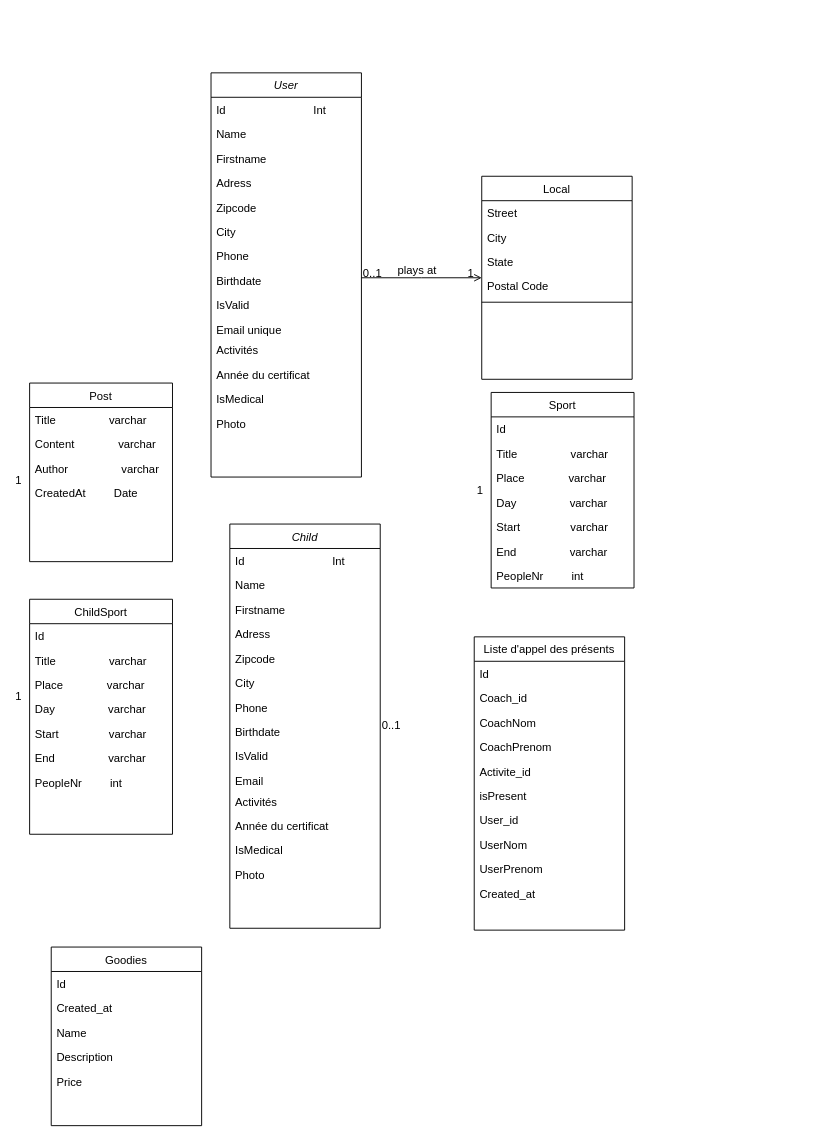
This is asdec/Diagramme de classe bon.drawio from cyrisa02/diagrammes-UML, a draw.io file, before an edit. Source tidied: cells renumbered, new cells numbered last; positions are measured from the earlier drawing's top-left corner, leaving out a move shared by most shapes. Both pictures are drawn from the tidied source at 94%, with x=0, y=0 at pixel (23, 72).
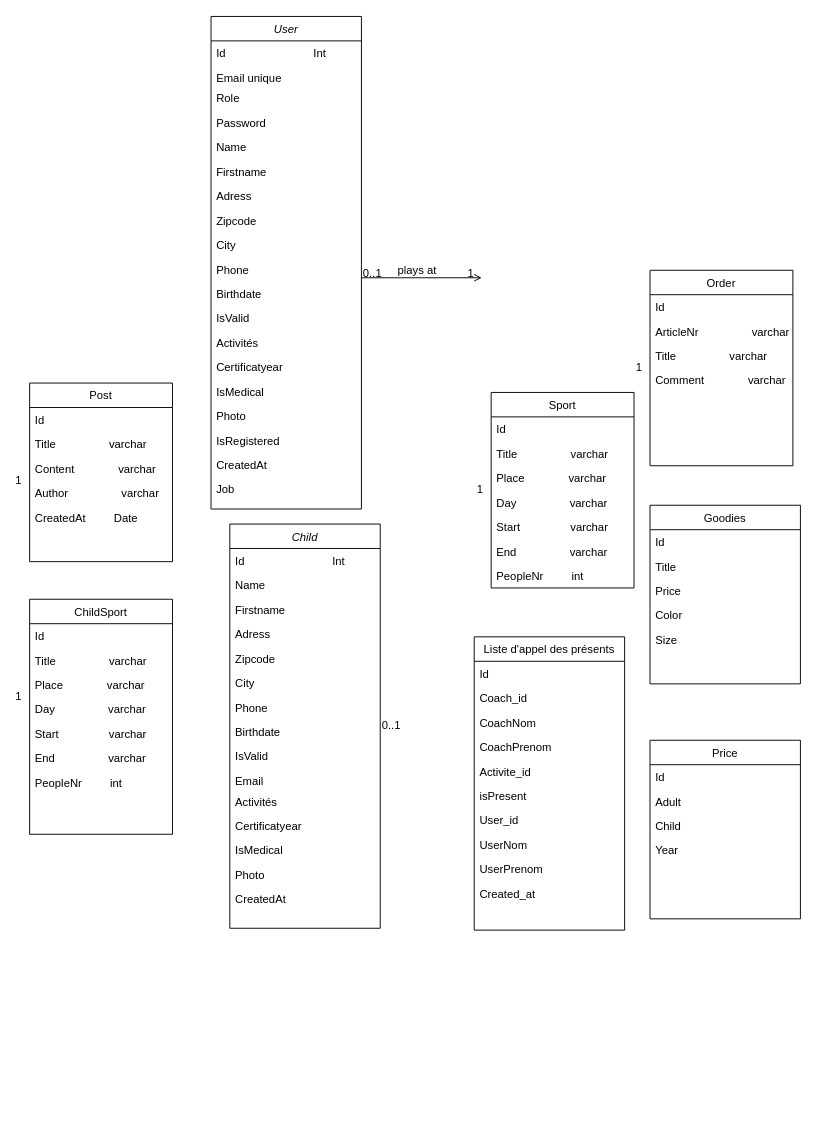
After the change.

Commit message:
Mettre à jour Diagramme de classe bon.drawio

Unchanged cells that the change refers to:
```xml
<mxCell id="54" value="Post" style="swimlane;fontStyle=0;align=center;verticalAlign=top;horizontal=1;startSize=26;rounded=0;shadow=0;strokeWidth=1;" parent="1" vertex="1">
  <mxGeometry x="7" y="330" width="152" height="190" as="geometry" />
</mxCell>
<mxCell id="60" value="Child" style="swimlane;fontStyle=2;align=center;verticalAlign=top;horizontal=1;startSize=26;rounded=0;shadow=0;strokeWidth=1;" parent="1" vertex="1">
  <mxGeometry x="220" y="480" width="160" height="430" as="geometry" />
</mxCell>
```

Change to the diagram source:
```diff
@@
     <mxCell id="2" value="User" style="swimlane;fontStyle=2;align=center;verticalAlign=top;horizontal=1;startSize=26;rounded=0;shadow=0;strokeWidth=1;" parent="1" vertex="1">
-      <mxGeometry x="200" width="160" height="430" as="geometry" />
+      <mxGeometry x="200" y="-60" width="160" height="524" as="geometry" />
     </mxCell>
@@
+    <mxCell id="12" value="Email unique" style="text;align=left;verticalAlign=top;spacingLeft=4;spacingRight=4;overflow=hidden;" parent="2" vertex="1">
+      <mxGeometry y="52" width="160" height="22" as="geometry" />
+    </mxCell>
+    <mxCell id="84" value="Role" style="text;align=left;verticalAlign=top;spacingLeft=4;spacingRight=4;overflow=hidden;" parent="2" vertex="1">
+      <mxGeometry y="74" width="160" height="26" as="geometry" />
+    </mxCell>
+    <mxCell id="85" value="Password" style="text;align=left;verticalAlign=top;spacingLeft=4;spacingRight=4;overflow=hidden;" parent="2" vertex="1">
+      <mxGeometry y="100" width="160" height="26" as="geometry" />
+    </mxCell>
     <mxCell id="4" value="Name" style="text;align=left;verticalAlign=top;spacingLeft=4;spacingRight=4;overflow=hidden;" parent="2" vertex="1">
-      <mxGeometry y="52" width="160" height="26" as="geometry" />
+      <mxGeometry y="126" width="160" height="26" as="geometry" />
     </mxCell>
     <mxCell id="5" value="Firstname" style="text;align=left;verticalAlign=top;spacingLeft=4;spacingRight=4;overflow=hidden;rounded=0;shadow=0;html=0;" parent="2" vertex="1">
-      <mxGeometry y="78" width="160" height="26" as="geometry" />
+      <mxGeometry y="152" width="160" height="26" as="geometry" />
     </mxCell>
     <mxCell id="6" value="Adress" style="text;align=left;verticalAlign=top;spacingLeft=4;spacingRight=4;overflow=hidden;" parent="2" vertex="1">
-      <mxGeometry y="104" width="160" height="26" as="geometry" />
+      <mxGeometry y="178" width="160" height="26" as="geometry" />
     </mxCell>
     <mxCell id="7" value="Zipcode" style="text;align=left;verticalAlign=top;spacingLeft=4;spacingRight=4;overflow=hidden;" parent="2" vertex="1">
-      <mxGeometry y="130" width="160" height="26" as="geometry" />
+      <mxGeometry y="204" width="160" height="26" as="geometry" />
     </mxCell>
     <mxCell id="8" value="City" style="text;align=left;verticalAlign=top;spacingLeft=4;spacingRight=4;overflow=hidden;" parent="2" vertex="1">
-      <mxGeometry y="156" width="160" height="26" as="geometry" />
+      <mxGeometry y="230" width="160" height="26" as="geometry" />
     </mxCell>
     <mxCell id="9" value="Phone" style="text;align=left;verticalAlign=top;spacingLeft=4;spacingRight=4;overflow=hidden;" parent="2" vertex="1">
-      <mxGeometry y="182" width="160" height="26" as="geometry" />
+      <mxGeometry y="256" width="160" height="26" as="geometry" />
     </mxCell>
     <mxCell id="10" value="Birthdate" style="text;align=left;verticalAlign=top;spacingLeft=4;spacingRight=4;overflow=hidden;" parent="2" vertex="1">
-      <mxGeometry y="208" width="160" height="26" as="geometry" />
+      <mxGeometry y="282" width="160" height="26" as="geometry" />
     </mxCell>
     <mxCell id="11" value="IsValid" style="text;align=left;verticalAlign=top;spacingLeft=4;spacingRight=4;overflow=hidden;" parent="2" vertex="1">
-      <mxGeometry y="234" width="160" height="26" as="geometry" />
+      <mxGeometry y="308" width="160" height="26" as="geometry" />
     </mxCell>
-    <mxCell id="12" value="Email unique" style="text;align=left;verticalAlign=top;spacingLeft=4;spacingRight=4;overflow=hidden;" parent="2" vertex="1">
-      <mxGeometry y="260" width="160" height="22" as="geometry" />
-    </mxCell>
     <mxCell id="13" value="Activités" style="text;align=left;verticalAlign=top;spacingLeft=4;spacingRight=4;overflow=hidden;" parent="2" vertex="1">
-      <mxGeometry y="282" width="160" height="26" as="geometry" />
+      <mxGeometry y="334" width="160" height="26" as="geometry" />
     </mxCell>
-    <mxCell id="14" value="Année du certificat" style="text;align=left;verticalAlign=top;spacingLeft=4;spacingRight=4;overflow=hidden;" parent="2" vertex="1">
-      <mxGeometry y="308" width="160" height="26" as="geometry" />
+    <mxCell id="14" value="Certificatyear" style="text;align=left;verticalAlign=top;spacingLeft=4;spacingRight=4;overflow=hidden;" parent="2" vertex="1">
+      <mxGeometry y="360" width="160" height="26" as="geometry" />
     </mxCell>
     <mxCell id="15" value="IsMedical" style="text;align=left;verticalAlign=top;spacingLeft=4;spacingRight=4;overflow=hidden;" parent="2" vertex="1">
-      <mxGeometry y="334" width="160" height="26" as="geometry" />
+      <mxGeometry y="386" width="160" height="26" as="geometry" />
     </mxCell>
     <mxCell id="16" value="Photo" style="text;align=left;verticalAlign=top;spacingLeft=4;spacingRight=4;overflow=hidden;" parent="2" vertex="1">
-      <mxGeometry y="360" width="160" height="26" as="geometry" />
+      <mxGeometry y="412" width="160" height="26" as="geometry" />
     </mxCell>
-    <mxCell id="17" value="Local" style="swimlane;fontStyle=0;align=center;verticalAlign=top;horizontal=1;startSize=26;rounded=0;shadow=0;strokeWidth=1;" parent="1" vertex="1">
-      <mxGeometry x="488" y="110" width="160" height="216" as="geometry" />
-    </mxCell>
-    <mxCell id="18" value="Street" style="text;align=left;verticalAlign=top;spacingLeft=4;spacingRight=4;overflow=hidden;" parent="17" vertex="1">
-      <mxGeometry y="26" width="160" height="26" as="geometry" />
-    </mxCell>
-    <mxCell id="19" value="City" style="text;align=left;verticalAlign=top;spacingLeft=4;spacingRight=4;overflow=hidden;rounded=0;shadow=0;html=0;" parent="17" vertex="1">
-      <mxGeometry y="52" width="160" height="26" as="geometry" />
-    </mxCell>
-    <mxCell id="20" value="State" style="text;align=left;verticalAlign=top;spacingLeft=4;spacingRight=4;overflow=hidden;rounded=0;shadow=0;html=0;" parent="17" vertex="1">
-      <mxGeometry y="78" width="160" height="26" as="geometry" />
-    </mxCell>
-    <mxCell id="21" value="Postal Code" style="text;align=left;verticalAlign=top;spacingLeft=4;spacingRight=4;overflow=hidden;rounded=0;shadow=0;html=0;" parent="17" vertex="1">
-      <mxGeometry y="104" width="160" height="26" as="geometry" />
-    </mxCell>
-    <mxCell id="22" style="line;html=1;strokeWidth=1;align=left;verticalAlign=middle;spacingTop=-1;spacingLeft=3;spacingRight=3;labelPosition=right;" parent="17" vertex="1">
-      <mxGeometry y="130" width="160" height="8" as="geometry" />
-    </mxCell>
+    <mxCell id="86" value="IsRegistered" style="text;align=left;verticalAlign=top;spacingLeft=4;spacingRight=4;overflow=hidden;" parent="2" vertex="1">
+      <mxGeometry y="438" width="160" height="26" as="geometry" />
+    </mxCell>
+    <mxCell id="87" value="CreatedAt" style="text;align=left;verticalAlign=top;spacingLeft=4;spacingRight=4;overflow=hidden;" parent="2" vertex="1">
+      <mxGeometry y="464" width="160" height="26" as="geometry" />
+    </mxCell>
+    <mxCell id="88" value="Job" style="text;align=left;verticalAlign=top;spacingLeft=4;spacingRight=4;overflow=hidden;" parent="2" vertex="1">
+      <mxGeometry y="490" width="160" height="26" as="geometry" />
+    </mxCell>
-    <mxCell id="23" style="endArrow=open;shadow=0;strokeWidth=1;rounded=0;endFill=1;edgeStyle=elbowEdgeStyle;elbow=vertical;" parent="1" edge="1" source="2" target="17">
+    <mxCell id="23" style="endArrow=open;shadow=0;strokeWidth=1;rounded=0;endFill=1;edgeStyle=elbowEdgeStyle;elbow=vertical;" parent="1" edge="1" source="2">
       <mxGeometry x="0.5" y="41" relative="1" as="geometry">
+        <mxPoint x="488" y="218" as="targetPoint" />
         <mxPoint x="-40" y="32" as="offset" />
       </mxGeometry>
     </mxCell>
@@
     <mxCell id="48" value="Goodies" style="swimlane;fontStyle=0;align=center;verticalAlign=top;horizontal=1;startSize=26;rounded=0;shadow=0;strokeWidth=1;" parent="1" vertex="1">
-      <mxGeometry x="30" y="930" width="160" height="190" as="geometry" />
+      <mxGeometry x="667" y="460" width="160" height="190" as="geometry" />
     </mxCell>
@@
-    <mxCell id="50" value="Created_at" style="text;align=left;verticalAlign=top;spacingLeft=4;spacingRight=4;overflow=hidden;" parent="48" vertex="1">
+    <mxCell id="50" value="Title" style="text;align=left;verticalAlign=top;spacingLeft=4;spacingRight=4;overflow=hidden;" parent="48" vertex="1">
       <mxGeometry y="52" width="160" height="26" as="geometry" />
     </mxCell>
-    <mxCell id="51" value="Name" style="text;align=left;verticalAlign=top;spacingLeft=4;spacingRight=4;overflow=hidden;" parent="48" vertex="1">
+    <mxCell id="51" value="Price" style="text;align=left;verticalAlign=top;spacingLeft=4;spacingRight=4;overflow=hidden;" parent="48" vertex="1">
       <mxGeometry y="78" width="160" height="26" as="geometry" />
     </mxCell>
-    <mxCell id="52" value="Description" style="text;align=left;verticalAlign=top;spacingLeft=4;spacingRight=4;overflow=hidden;" parent="48" vertex="1">
+    <mxCell id="52" value="Color" style="text;align=left;verticalAlign=top;spacingLeft=4;spacingRight=4;overflow=hidden;" parent="48" vertex="1">
       <mxGeometry y="104" width="160" height="26" as="geometry" />
     </mxCell>
-    <mxCell id="53" value="Price" style="text;align=left;verticalAlign=top;spacingLeft=4;spacingRight=4;overflow=hidden;" parent="48" vertex="1">
+    <mxCell id="53" value="Size" style="text;align=left;verticalAlign=top;spacingLeft=4;spacingRight=4;overflow=hidden;" parent="48" vertex="1">
       <mxGeometry y="130" width="160" height="26" as="geometry" />
     </mxCell>
@@
+    <mxCell id="89" value="Id" style="text;align=left;verticalAlign=top;spacingLeft=4;spacingRight=4;overflow=hidden;" parent="54" vertex="1">
+      <mxGeometry y="26" width="152" height="26" as="geometry" />
+    </mxCell>
     <mxCell id="55" value="Title                 varchar" style="text;align=left;verticalAlign=top;spacingLeft=4;spacingRight=4;overflow=hidden;rounded=0;shadow=0;html=0;" parent="54" vertex="1">
-      <mxGeometry y="26" width="152" height="26" as="geometry" />
+      <mxGeometry y="52" width="152" height="26" as="geometry" />
     </mxCell>
     <mxCell id="56" value="Content              varchar" style="text;align=left;verticalAlign=top;spacingLeft=4;spacingRight=4;overflow=hidden;rounded=0;shadow=0;html=0;" parent="54" vertex="1">
-      <mxGeometry y="52" width="152" height="26" as="geometry" />
+      <mxGeometry y="78" width="152" height="26" as="geometry" />
     </mxCell>
     <mxCell id="57" value="Author                 varchar" style="text;align=left;verticalAlign=top;spacingLeft=4;spacingRight=4;overflow=hidden;rounded=0;shadow=0;html=0;" parent="54" vertex="1">
-      <mxGeometry y="78" width="152" height="26" as="geometry" />
+      <mxGeometry y="104" width="152" height="26" as="geometry" />
     </mxCell>
     <mxCell id="58" value="CreatedAt         Date" style="text;align=left;verticalAlign=top;spacingLeft=4;spacingRight=4;overflow=hidden;rounded=0;shadow=0;html=0;" parent="54" vertex="1">
-      <mxGeometry y="104" width="152" height="26" as="geometry" />
+      <mxGeometry y="130" width="152" height="26" as="geometry" />
     </mxCell>
@@
-    <mxCell id="72" value="Année du certificat" style="text;align=left;verticalAlign=top;spacingLeft=4;spacingRight=4;overflow=hidden;" parent="60" vertex="1">
+    <mxCell id="72" value="Certificatyear" style="text;align=left;verticalAlign=top;spacingLeft=4;spacingRight=4;overflow=hidden;" parent="60" vertex="1">
       <mxGeometry y="308" width="160" height="26" as="geometry" />
     </mxCell>
@@
+    <mxCell id="90" value="CreatedAt" style="text;align=left;verticalAlign=top;spacingLeft=4;spacingRight=4;overflow=hidden;" parent="60" vertex="1">
+      <mxGeometry y="386" width="160" height="26" as="geometry" />
+    </mxCell>
@@
+    <mxCell id="91" value="Order" style="swimlane;fontStyle=0;align=center;verticalAlign=top;horizontal=1;startSize=26;rounded=0;shadow=0;strokeWidth=1;" parent="1" vertex="1">
+      <mxGeometry x="667" y="210" width="152" height="208" as="geometry" />
+    </mxCell>
+    <mxCell id="92" value="Id" style="text;align=left;verticalAlign=top;spacingLeft=4;spacingRight=4;overflow=hidden;" parent="91" vertex="1">
+      <mxGeometry y="26" width="152" height="26" as="geometry" />
+    </mxCell>
+    <mxCell id="93" value="ArticleNr                 varchar" style="text;align=left;verticalAlign=top;spacingLeft=4;spacingRight=4;overflow=hidden;rounded=0;shadow=0;html=0;" parent="91" vertex="1">
+      <mxGeometry y="52" width="152" height="26" as="geometry" />
+    </mxCell>
+    <mxCell id="94" value="Title                 varchar" style="text;align=left;verticalAlign=top;spacingLeft=4;spacingRight=4;overflow=hidden;rounded=0;shadow=0;html=0;" parent="91" vertex="1">
+      <mxGeometry y="78" width="152" height="26" as="geometry" />
+    </mxCell>
+    <mxCell id="95" value="Comment              varchar" style="text;align=left;verticalAlign=top;spacingLeft=4;spacingRight=4;overflow=hidden;rounded=0;shadow=0;html=0;" parent="91" vertex="1">
+      <mxGeometry y="104" width="152" height="26" as="geometry" />
+    </mxCell>
+    <mxCell id="96" value="1" style="align=right;verticalAlign=bottom;labelBackgroundColor=none;fontSize=12;" parent="1" vertex="1">
+      <mxGeometry x="660" y="322" as="geometry" />
+    </mxCell>
+    <mxCell id="97" value="Price" style="swimlane;fontStyle=0;align=center;verticalAlign=top;horizontal=1;startSize=26;rounded=0;shadow=0;strokeWidth=1;" parent="1" vertex="1">
+      <mxGeometry x="667" y="710" width="160" height="190" as="geometry" />
+    </mxCell>
+    <mxCell id="98" value="Id" style="text;align=left;verticalAlign=top;spacingLeft=4;spacingRight=4;overflow=hidden;" parent="97" vertex="1">
+      <mxGeometry y="26" width="160" height="26" as="geometry" />
+    </mxCell>
+    <mxCell id="99" value="Adult" style="text;align=left;verticalAlign=top;spacingLeft=4;spacingRight=4;overflow=hidden;" parent="97" vertex="1">
+      <mxGeometry y="52" width="160" height="26" as="geometry" />
+    </mxCell>
+    <mxCell id="100" value="Child" style="text;align=left;verticalAlign=top;spacingLeft=4;spacingRight=4;overflow=hidden;" parent="97" vertex="1">
+      <mxGeometry y="78" width="160" height="26" as="geometry" />
+    </mxCell>
+    <mxCell id="101" value="Year" style="text;align=left;verticalAlign=top;spacingLeft=4;spacingRight=4;overflow=hidden;" parent="97" vertex="1">
+      <mxGeometry y="104" width="160" height="26" as="geometry" />
+    </mxCell>
```
